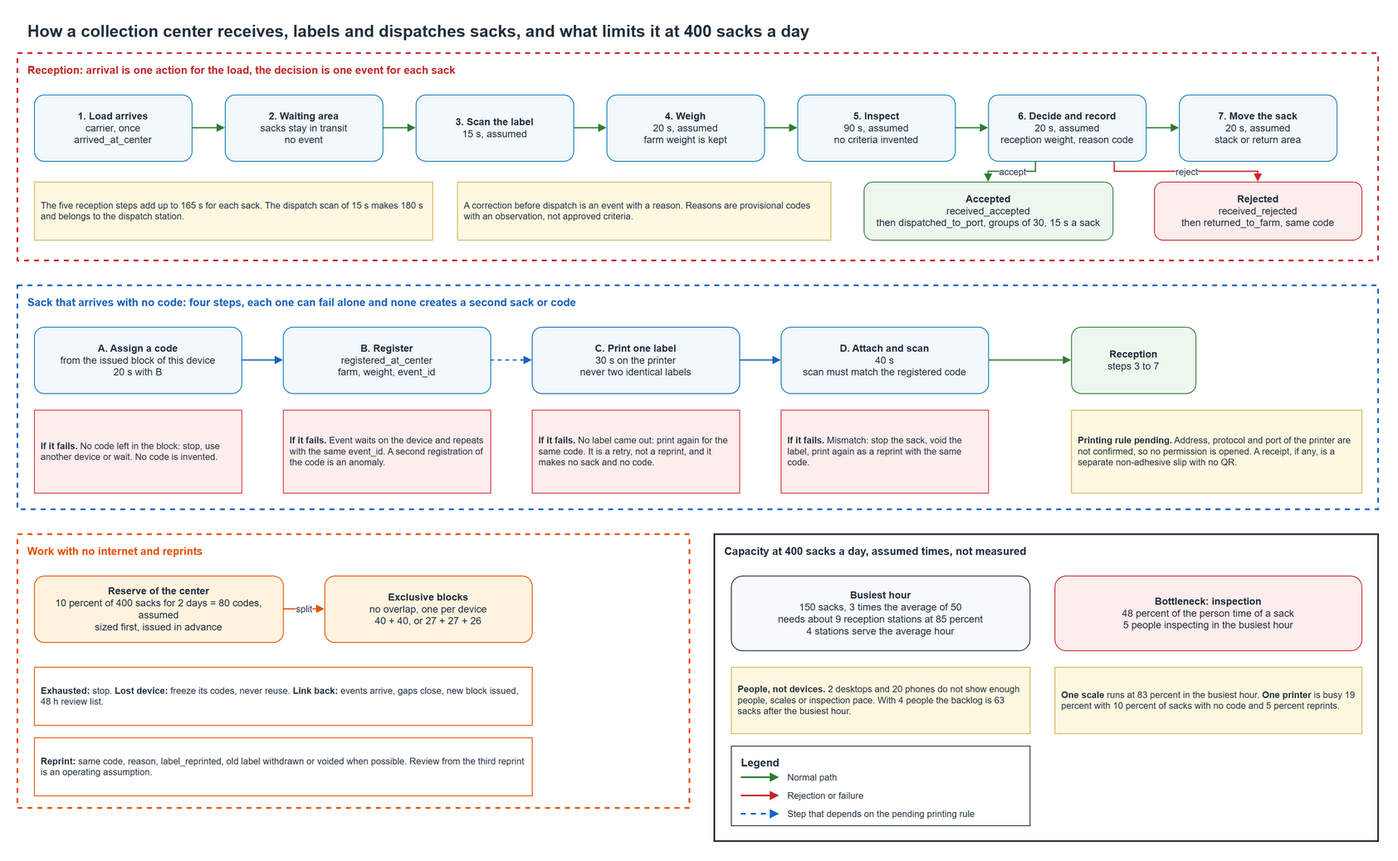
This is docs/architecture/diagrams/10-center-operation.drawio.png from aromapacifico-devops/aromapacifico-devops-docs, a draw.io export, as it was before one commit. Source tidied: cells renumbered, new cells last; positions are measured from the earlier drawing's top-left corner, leaving out a move shared by most shapes.
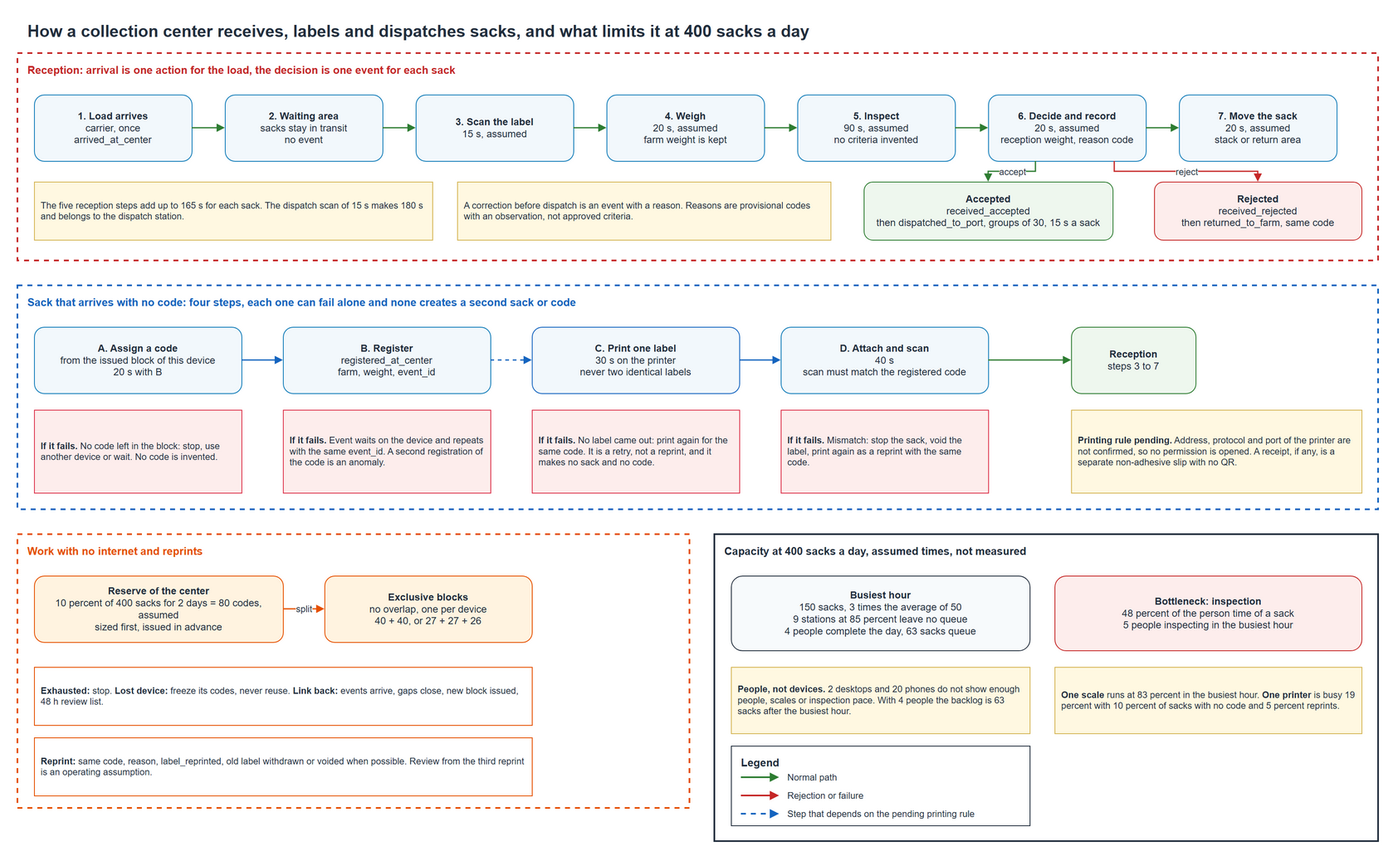
After the change.

Commit message:
docs(network): correct the backlog clearing time and add a crew proposal for the center

What changed in the source:
```diff
@@ -92,7 +92,7 @@
     <mxCell id="31" value="Capacity at 400 sacks a day, assumed times, not measured" style="rounded=0;whiteSpace=wrap;html=1;fillColor=none;strokeColor=#232F3E;strokeWidth=2;dashed=0;verticalAlign=top;align=left;spacingLeft=10;spacingRight=10;spacingTop=6;fontSize=13;fontStyle=1;fontColor=#232F3E;" parent="1" vertex="1">
       <mxGeometry x="840" y="624" width="800" height="370" as="geometry" />
     </mxCell>
-    <mxCell id="32" value="&lt;b&gt;Busiest hour&lt;/b&gt;&lt;br&gt;150 sacks, 3 times the average of 50&lt;br&gt;needs about 9 reception stations at 85 percent&lt;br&gt;4 stations serve the average hour" style="rounded=1;whiteSpace=wrap;html=1;fillColor=#F7FAFC;strokeColor=#232F3E;align=center;verticalAlign=middle;fontSize=12;fontColor=#232F3E;" parent="1" vertex="1">
+    <mxCell id="32" value="&lt;b&gt;Busiest hour&lt;/b&gt;&lt;br&gt;150 sacks, 3 times the average of 50&lt;br&gt;9 stations at 85 percent leave no queue&lt;br&gt;4 people complete the day, 63 sacks queue" style="rounded=1;whiteSpace=wrap;html=1;fillColor=#F7FAFC;strokeColor=#232F3E;align=center;verticalAlign=middle;fontSize=12;fontColor=#232F3E;" parent="1" vertex="1">
       <mxGeometry x="860" y="674" width="360" height="90" as="geometry" />
     </mxCell>
     <mxCell id="33" value="&lt;b&gt;Bottleneck: inspection&lt;/b&gt;&lt;br&gt;48 percent of the person time of a sack&lt;br&gt;5 people inspecting in the busiest hour" style="rounded=1;whiteSpace=wrap;html=1;fillColor=#FDEDEC;strokeColor=#C62828;align=center;verticalAlign=middle;fontSize=12;fontColor=#232F3E;" parent="1" vertex="1">
```
